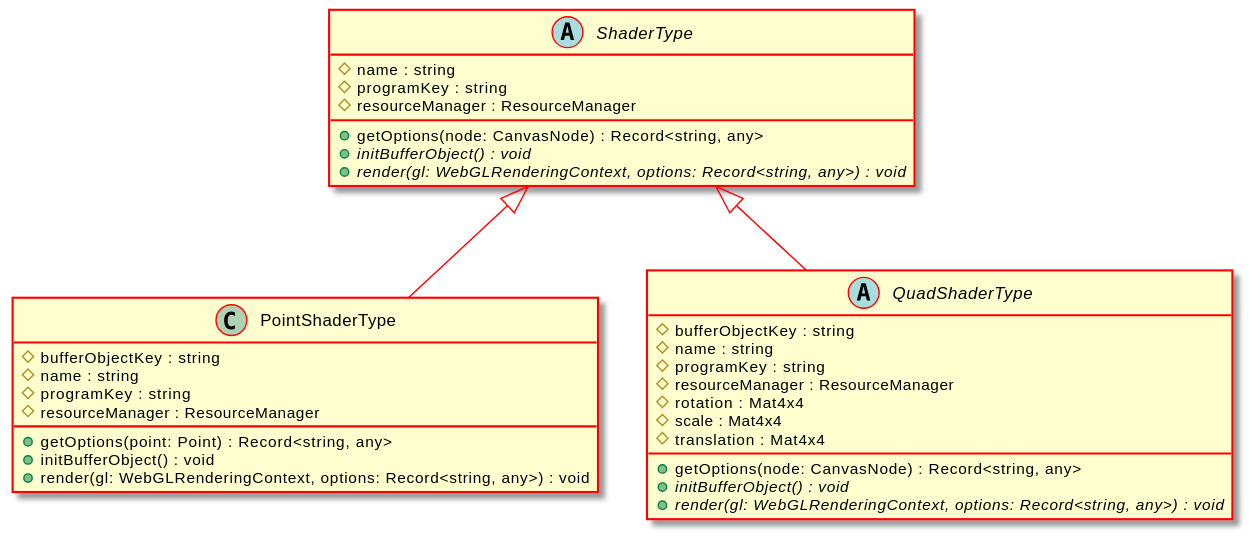
This is docs/api/assets/ShaderType-umlClassDiagram-5748.svg from Test123938/Test2, a PlantUML export, as it was before one commit.
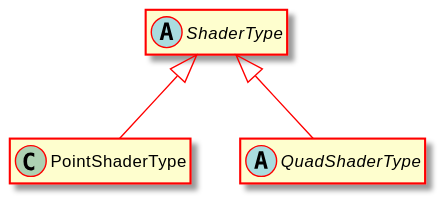
Above is the later version.

What changed in the source:
```diff
@@ -5,34 +5,11 @@
 hide empty methods
 hide empty fields
 abstract class "ShaderType" {
-    #name : string
-    #programKey : string
-    #resourceManager : ResourceManager
-    +getOptions(node: CanvasNode) : Record<string, any>
-    {abstract} +initBufferObject() : void
-    {abstract} +render(gl: WebGLRenderingContext, options: Record<string, any>) : void
 }
 class "PointShaderType" {
-    #bufferObjectKey : string
-    #name : string
-    #programKey : string
-    #resourceManager : ResourceManager
-    +getOptions(point: Point) : Record<string, any>
-    +initBufferObject() : void
-    +render(gl: WebGLRenderingContext, options: Record<string, any>) : void
 }
 "ShaderType" <|-- "PointShaderType"
 abstract class "QuadShaderType" {
-    #bufferObjectKey : string
-    #name : string
-    #programKey : string
-    #resourceManager : ResourceManager
-    #rotation : Mat4x4
-    #scale : Mat4x4
-    #translation : Mat4x4
-    +getOptions(node: CanvasNode) : Record<string, any>
-    {abstract} +initBufferObject() : void
-    {abstract} +render(gl: WebGLRenderingContext, options: Record<string, any>) : void
 }
 "ShaderType" <|-- "QuadShaderType"
 @enduml
```
